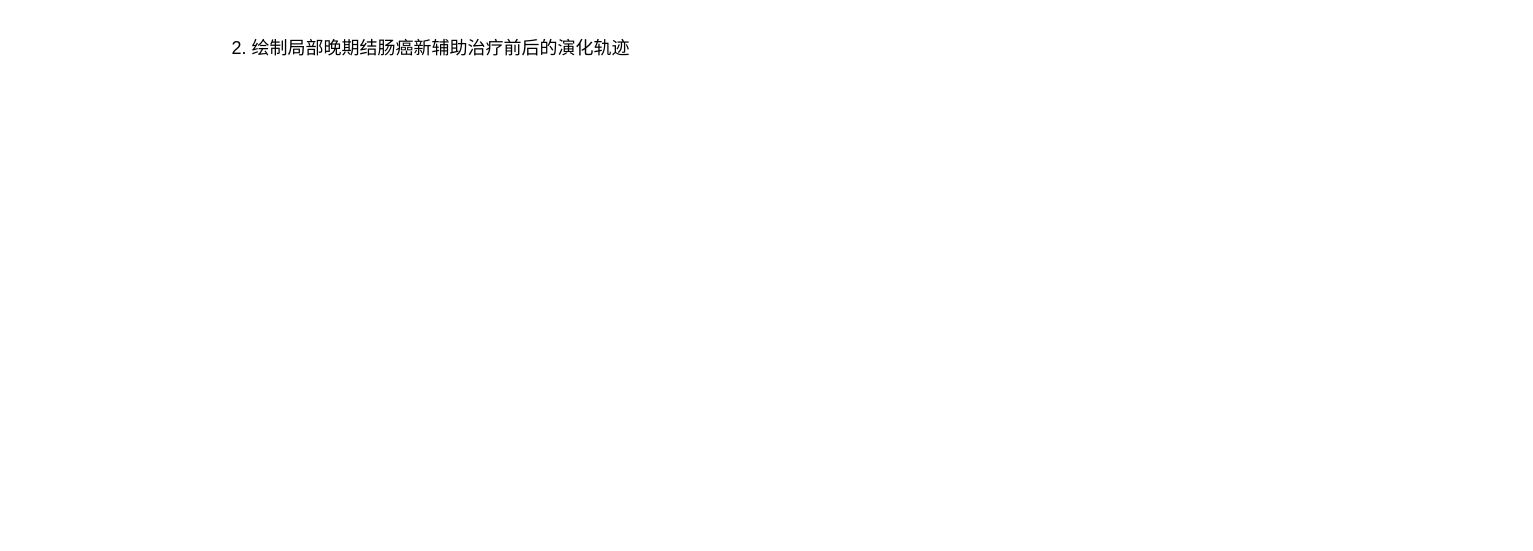
Above: Untitled Diagram.drawio in HushWay/MyTypora (draw.io), before the change. Source tidied: cells renumbered, new cells numbered last; positions are measured from the earlier drawing's top-left corner, leaving out a move shared by most shapes. Both pictures are drawn from the tidied source at 150%, with x=0, y=0 at pixel (26, 26).
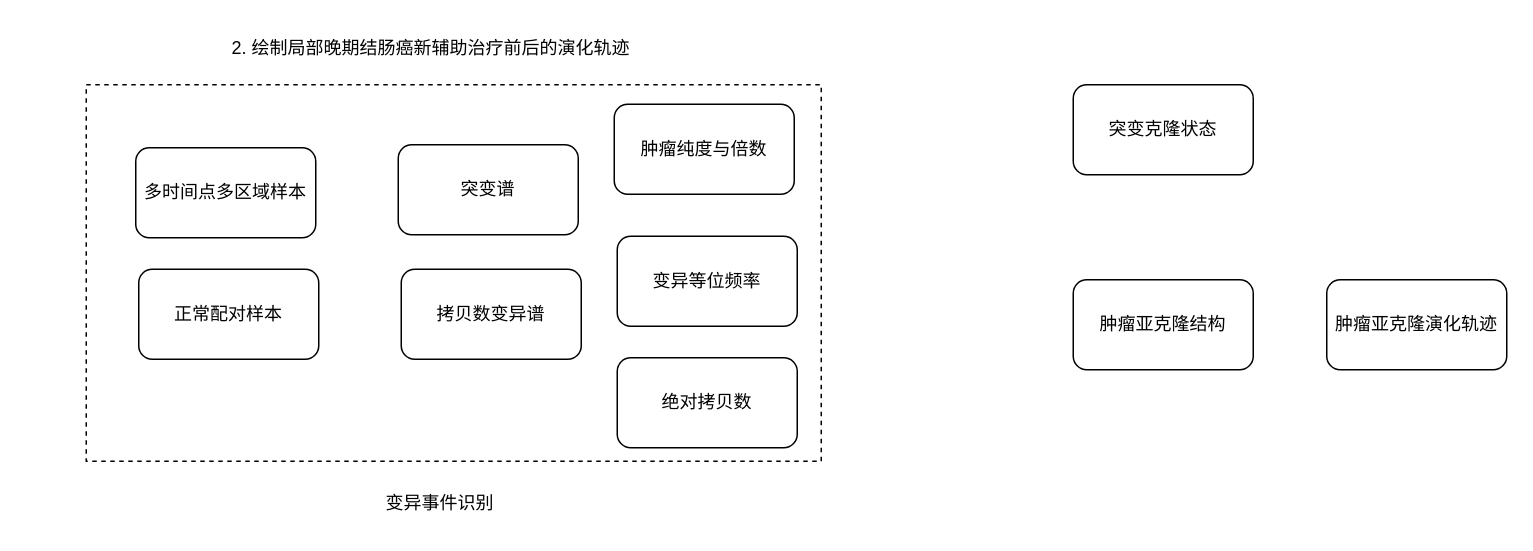
Above is the later version.

What changed in the source:
```diff
@@
 <mxGraphModel>
   <root>
     <mxCell id="0" />
     <mxCell id="1" parent="0" />
     <mxCell id="2" value="2. 绘制局部晚期结肠癌新辅助治疗前后的演化轨迹" style="text;html=1;strokeColor=none;fillColor=none;align=center;verticalAlign=middle;whiteSpace=wrap;rounded=0;" parent="1" vertex="1">
       <mxGeometry width="540" height="30" as="geometry" />
     </mxCell>
+    <mxCell id="3" value="多时间点多区域样本" style="rounded=1;whiteSpace=wrap;html=1;" parent="1" vertex="1">
+      <mxGeometry x="73" y="81" width="120" height="60" as="geometry" />
+    </mxCell>
+    <mxCell id="4" value="正常配对样本" style="rounded=1;whiteSpace=wrap;html=1;" parent="1" vertex="1">
+      <mxGeometry x="75" y="162" width="120" height="60" as="geometry" />
+    </mxCell>
+    <mxCell id="5" value="突变谱" style="rounded=1;whiteSpace=wrap;html=1;" parent="1" vertex="1">
+      <mxGeometry x="248" y="79" width="120" height="60" as="geometry" />
+    </mxCell>
+    <mxCell id="6" value="拷贝数变异谱" style="rounded=1;whiteSpace=wrap;html=1;" parent="1" vertex="1">
+      <mxGeometry x="250" y="162" width="120" height="60" as="geometry" />
+    </mxCell>
+    <mxCell id="7" value="肿瘤纯度与倍数" style="rounded=1;whiteSpace=wrap;html=1;" parent="1" vertex="1">
+      <mxGeometry x="392" y="52" width="120" height="60" as="geometry" />
+    </mxCell>
+    <mxCell id="8" value="变异等位频率" style="rounded=1;whiteSpace=wrap;html=1;" parent="1" vertex="1">
+      <mxGeometry x="394" y="140" width="120" height="60" as="geometry" />
+    </mxCell>
+    <mxCell id="9" value="绝对拷贝数" style="rounded=1;whiteSpace=wrap;html=1;" parent="1" vertex="1">
+      <mxGeometry x="394" y="221" width="120" height="60" as="geometry" />
+    </mxCell>
+    <mxCell id="10" value="突变克隆状态" style="rounded=1;whiteSpace=wrap;html=1;" parent="1" vertex="1">
+      <mxGeometry x="698" y="39" width="120" height="60" as="geometry" />
+    </mxCell>
+    <mxCell id="11" value="肿瘤亚克隆结构" style="rounded=1;whiteSpace=wrap;html=1;" parent="1" vertex="1">
+      <mxGeometry x="698" y="169" width="120" height="60" as="geometry" />
+    </mxCell>
+    <mxCell id="12" value="肿瘤亚克隆演化轨迹" style="rounded=1;whiteSpace=wrap;html=1;" parent="1" vertex="1">
+      <mxGeometry x="867" y="169" width="120" height="60" as="geometry" />
+    </mxCell>
+    <mxCell id="13" style="rounded=0;whiteSpace=wrap;html=1;dashed=1;fillColor=none;" parent="1" vertex="1">
+      <mxGeometry x="40" y="39" width="490" height="251" as="geometry" />
+    </mxCell>
+    <mxCell id="14" value="变异事件识别" style="text;html=1;strokeColor=none;fillColor=none;align=center;verticalAlign=middle;whiteSpace=wrap;rounded=0;" parent="1" vertex="1">
+      <mxGeometry x="228" y="303" width="96" height="30" as="geometry" />
+    </mxCell>
   </root>
 </mxGraphModel>
```
